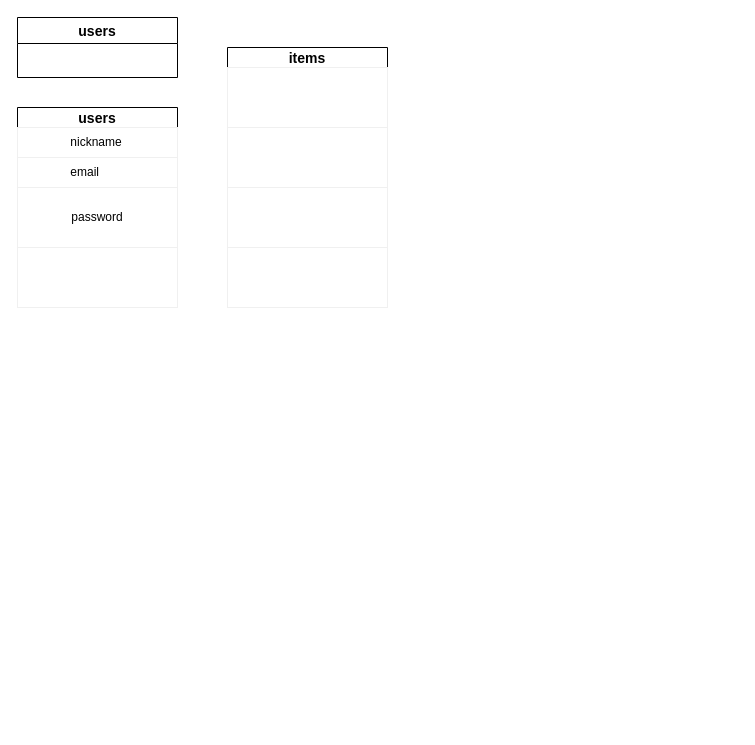
Above: test.dio in tubuyakisyun/furima-35933 (draw.io), before the change. Source tidied: cells renumbered, new cells numbered last; positions are measured from the earlier drawing's top-left corner, leaving out a move shared by most shapes. Both pictures are drawn from the tidied source at 100%, with x=0, y=0 at pixel (17, 17).
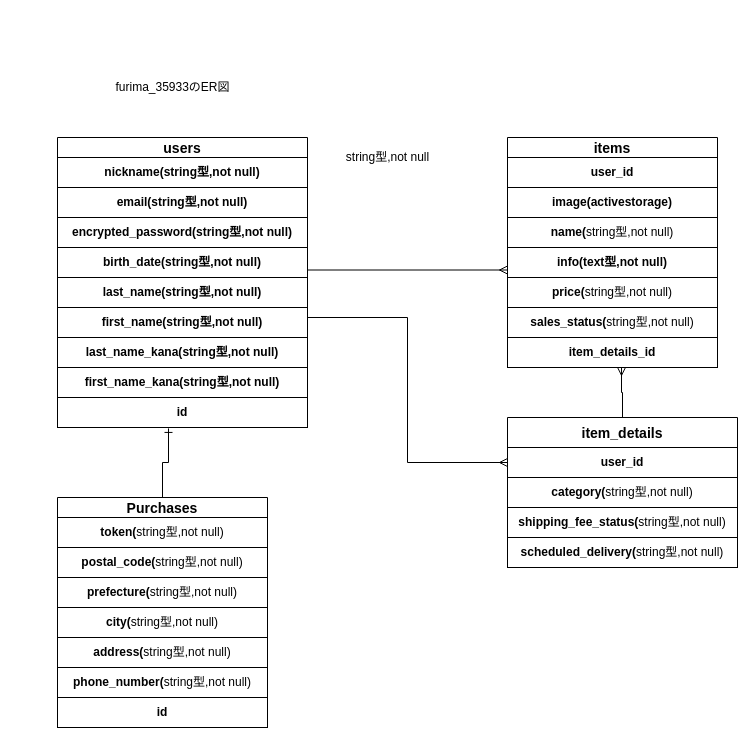
After the change.

Commit message (it also covers changes not shown here):
ER図を書く。 - READMEにデータベース設計を記述する

The edit, as a diff of the source:
```diff
@@
-    <mxCell id="2" value="users" style="swimlane;fontStyle=1;horizontal=1;startSize=26;align=center;fontSize=14;rounded=0;direction=east;" parent="1" vertex="1">
-      <mxGeometry width="160" height="60" as="geometry" />
-    </mxCell>
+    <mxCell id="8" value="users" style="swimlane;fontStyle=1;horizontal=1;startSize=20;align=center;fontSize=14;rounded=0;direction=east;" parent="1" vertex="1">
+      <mxGeometry x="40" y="120" width="250" height="200" as="geometry" />
+    </mxCell>
+    <mxCell id="13" value="nickname(string型,not null)" style="whiteSpace=wrap;html=1;rounded=0;shadow=0;align=center;fontStyle=1;" parent="8" vertex="1">
+      <mxGeometry y="20" width="250" height="30" as="geometry" />
+    </mxCell>
+    <mxCell id="14" value="email(string型,not null)" style="whiteSpace=wrap;html=1;rounded=0;shadow=0;align=center;fontStyle=1;" parent="8" vertex="1">
+      <mxGeometry y="50" width="250" height="30" as="geometry" />
+    </mxCell>
+    <mxCell id="15" value="encrypted_password(string型,not null)" style="whiteSpace=wrap;html=1;rounded=0;shadow=0;align=center;fontStyle=1;" parent="8" vertex="1">
+      <mxGeometry y="80" width="250" height="30" as="geometry" />
+    </mxCell>
+    <mxCell id="16" value="birth_date(&lt;span style=&quot;&quot;&gt;string型,not null&lt;/span&gt;)" style="whiteSpace=wrap;html=1;rounded=0;shadow=0;align=center;fontStyle=1;" parent="8" vertex="1">
+      <mxGeometry y="110" width="250" height="30" as="geometry" />
+    </mxCell>
+    <mxCell id="17" value="last_name(&lt;span style=&quot;&quot;&gt;string型,not null&lt;/span&gt;)" style="whiteSpace=wrap;html=1;rounded=0;shadow=0;align=center;fontStyle=1;" parent="8" vertex="1">
+      <mxGeometry y="140" width="250" height="30" as="geometry" />
+    </mxCell>
+    <mxCell id="18" value="first_name(&lt;span style=&quot;&quot;&gt;string型,not null)&lt;/span&gt;" style="whiteSpace=wrap;html=1;rounded=0;shadow=0;align=center;fontStyle=1;" parent="8" vertex="1">
+      <mxGeometry y="170" width="250" height="30" as="geometry" />
+    </mxCell>
+    <mxCell id="19" style="edgeStyle=orthogonalEdgeStyle;rounded=0;jettySize=auto;html=1;exitX=0.5;exitY=1;exitDx=0;exitDy=0;endArrow=ERone;endFill=0;fontStyle=1;" parent="1" edge="1" source="20">
+      <mxGeometry relative="1" as="geometry">
+        <mxPoint x="145" y="410" as="targetPoint" />
+      </mxGeometry>
+    </mxCell>
+    <mxCell id="20" value="first_name_kana(&lt;span style=&quot;&quot;&gt;string型,not null)&lt;/span&gt;" style="whiteSpace=wrap;html=1;rounded=0;shadow=0;align=center;fontStyle=1;" parent="1" vertex="1">
+      <mxGeometry x="40" y="350" width="250" height="30" as="geometry" />
+    </mxCell>
+    <mxCell id="21" style="edgeStyle=orthogonalEdgeStyle;rounded=0;jettySize=auto;html=1;exitX=1;exitY=0;exitDx=0;exitDy=0;entryX=0;entryY=0.75;entryDx=0;entryDy=0;endArrow=ERmany;endFill=0;" parent="1" edge="1" source="22" target="35">
+      <mxGeometry relative="1" as="geometry" />
+    </mxCell>
+    <mxCell id="22" value="last_name_kana(&lt;span style=&quot;&quot;&gt;string型,not null)&lt;/span&gt;" style="whiteSpace=wrap;html=1;rounded=0;shadow=0;align=center;fontStyle=1;" parent="1" vertex="1">
+      <mxGeometry x="40" y="320" width="250" height="30" as="geometry" />
+    </mxCell>
+    <mxCell id="23" style="edgeStyle=orthogonalEdgeStyle;rounded=0;jettySize=auto;html=1;entryX=0.444;entryY=1.031;entryDx=0;entryDy=0;entryPerimeter=0;endArrow=ERone;endFill=0;" parent="1" edge="1" source="24" target="40">
+      <mxGeometry relative="1" as="geometry" />
+    </mxCell>
+    <mxCell id="24" value="Purchases" style="swimlane;fontStyle=1;horizontal=1;startSize=20;align=center;fontSize=14;rounded=0;direction=east;" parent="1" vertex="1">
+      <mxGeometry x="40" y="480" width="210" height="230" as="geometry" />
+    </mxCell>
+    <mxCell id="25" value="token(&lt;span style=&quot;font-weight: 400&quot;&gt;string型,not null)&lt;/span&gt;" style="whiteSpace=wrap;html=1;rounded=0;shadow=0;align=center;fontStyle=1;" parent="24" vertex="1">
+      <mxGeometry y="20" width="210" height="30" as="geometry" />
+    </mxCell>
+    <mxCell id="26" value="postal_code(&lt;span style=&quot;font-weight: 400&quot;&gt;string型,not null)&lt;/span&gt;" style="whiteSpace=wrap;html=1;rounded=0;shadow=0;align=center;fontStyle=1;" parent="24" vertex="1">
+      <mxGeometry y="50" width="210" height="30" as="geometry" />
+    </mxCell>
+    <mxCell id="27" value="prefecture(&lt;span style=&quot;font-weight: 400&quot;&gt;string型,not null)&lt;/span&gt;" style="whiteSpace=wrap;html=1;rounded=0;shadow=0;align=center;fontStyle=1;" parent="24" vertex="1">
+      <mxGeometry y="80" width="210" height="30" as="geometry" />
+    </mxCell>
+    <mxCell id="28" value="city(&lt;span style=&quot;font-weight: 400&quot;&gt;string型,not null)&lt;/span&gt;" style="whiteSpace=wrap;html=1;rounded=0;shadow=0;align=center;fontStyle=1;" parent="24" vertex="1">
+      <mxGeometry y="110" width="210" height="30" as="geometry" />
+    </mxCell>
+    <mxCell id="29" value="address(&lt;span style=&quot;font-weight: 400&quot;&gt;string型,not null)&lt;/span&gt;" style="whiteSpace=wrap;html=1;rounded=0;shadow=0;align=center;fontStyle=1;" parent="24" vertex="1">
+      <mxGeometry y="140" width="210" height="30" as="geometry" />
+    </mxCell>
+    <mxCell id="30" value="phone_number(&lt;span style=&quot;font-weight: 400&quot;&gt;string型,not null)&lt;/span&gt;" style="whiteSpace=wrap;html=1;rounded=0;shadow=0;align=center;fontStyle=1;" parent="24" vertex="1">
+      <mxGeometry y="170" width="210" height="30" as="geometry" />
+    </mxCell>
+    <mxCell id="31" value="id" style="whiteSpace=wrap;html=1;rounded=0;shadow=0;align=center;fontStyle=1;" parent="24" vertex="1">
+      <mxGeometry y="200" width="210" height="30" as="geometry" />
+    </mxCell>
     <mxCell id="3" value="items" style="swimlane;fontStyle=1;horizontal=1;startSize=20;align=center;fontSize=14;rounded=0;direction=east;" parent="1" vertex="1">
-      <mxGeometry x="210" y="30" width="160" height="260" as="geometry" />
+      <mxGeometry x="490" y="120" width="210" height="50" as="geometry" />
     </mxCell>
-    <mxCell id="4" style="whiteSpace=wrap;html=1;rounded=0;shadow=0;strokeColor=#f0f0f0;align=center;" parent="3" vertex="1">
-      <mxGeometry y="20" width="160" height="60" as="geometry" />
-    </mxCell>
-    <mxCell id="5" style="whiteSpace=wrap;html=1;rounded=0;shadow=0;strokeColor=#f0f0f0;align=center;" parent="3" vertex="1">
-      <mxGeometry y="80" width="160" height="60" as="geometry" />
-    </mxCell>
-    <mxCell id="6" style="whiteSpace=wrap;html=1;rounded=0;shadow=0;strokeColor=#f0f0f0;align=center;" parent="3" vertex="1">
-      <mxGeometry y="140" width="160" height="60" as="geometry" />
-    </mxCell>
-    <mxCell id="7" style="whiteSpace=wrap;html=1;rounded=0;shadow=0;strokeColor=#f0f0f0;align=center;" parent="3" vertex="1">
-      <mxGeometry y="200" width="160" height="60" as="geometry" />
-    </mxCell>
-    <mxCell id="8" value="users" style="swimlane;fontStyle=1;horizontal=1;startSize=20;align=center;fontSize=14;rounded=0;direction=east;" parent="1" vertex="1">
-      <mxGeometry y="90" width="160" height="200" as="geometry" />
-    </mxCell>
-    <mxCell id="9" value="nickname&lt;span style=&quot;white-space: pre&quot;&gt;&#9;&lt;/span&gt;" style="whiteSpace=wrap;html=1;rounded=0;shadow=0;strokeColor=#f0f0f0;align=center;" parent="8" vertex="1">
-      <mxGeometry y="20" width="160" height="30" as="geometry" />
-    </mxCell>
-    <mxCell id="10" value="email&lt;span style=&quot;white-space: pre&quot;&gt;&#9;&lt;/span&gt;" style="whiteSpace=wrap;html=1;rounded=0;shadow=0;strokeColor=#f0f0f0;align=center;" parent="8" vertex="1">
-      <mxGeometry y="50" width="160" height="30" as="geometry" />
-    </mxCell>
-    <mxCell id="11" value="password" style="whiteSpace=wrap;html=1;rounded=0;shadow=0;strokeColor=#f0f0f0;align=center;" parent="8" vertex="1">
-      <mxGeometry y="80" width="160" height="60" as="geometry" />
-    </mxCell>
-    <mxCell id="12" style="whiteSpace=wrap;html=1;rounded=0;shadow=0;strokeColor=#f0f0f0;align=center;" parent="8" vertex="1">
-      <mxGeometry y="140" width="160" height="60" as="geometry" />
-    </mxCell>
+    <mxCell id="32" value="user_id" style="whiteSpace=wrap;html=1;rounded=0;shadow=0;align=center;fontStyle=1;" parent="3" vertex="1">
+      <mxGeometry y="20" width="210" height="30" as="geometry" />
+    </mxCell>
+    <mxCell id="33" value="shipping_fee_status(&lt;span style=&quot;font-weight: 400&quot;&gt;string型,not null)&lt;/span&gt;" style="whiteSpace=wrap;html=1;rounded=0;shadow=0;align=center;fontStyle=1;" parent="1" vertex="1">
+      <mxGeometry x="490" y="490" width="230" height="30" as="geometry" />
+    </mxCell>
+    <mxCell id="34" style="edgeStyle=orthogonalEdgeStyle;rounded=0;jettySize=auto;html=1;exitX=0.5;exitY=0;exitDx=0;exitDy=0;entryX=0.543;entryY=0.995;entryDx=0;entryDy=0;entryPerimeter=0;endArrow=ERmany;endFill=0;" parent="1" edge="1" source="35" target="46">
+      <mxGeometry relative="1" as="geometry" />
+    </mxCell>
+    <mxCell id="35" value="item_details" style="swimlane;fontStyle=1;horizontal=1;startSize=30;align=center;fontSize=14;rounded=0;direction=east;" parent="1" vertex="1">
+      <mxGeometry x="490" y="400" width="230" height="60" as="geometry" />
+    </mxCell>
+    <mxCell id="36" value="user_id" style="whiteSpace=wrap;html=1;rounded=0;shadow=0;align=center;fontStyle=1;" parent="35" vertex="1">
+      <mxGeometry y="30" width="230" height="30" as="geometry" />
+    </mxCell>
+    <mxCell id="37" style="edgeStyle=orthogonalEdgeStyle;rounded=0;jettySize=auto;html=1;exitX=1;exitY=1;exitDx=0;exitDy=0;entryX=0;entryY=0.75;entryDx=0;entryDy=0;endArrow=ERmany;endFill=0;" parent="1" edge="1" source="14" target="43">
+      <mxGeometry relative="1" as="geometry" />
+    </mxCell>
+    <mxCell id="38" value="furima_35933のER図" style="text;html=1;align=center;verticalAlign=middle;strokeColor=none;" parent="1" vertex="1">
+      <mxGeometry x="90" y="60" width="130" height="20" as="geometry" />
+    </mxCell>
+    <mxCell id="39" value="string型,not null" style="text;html=1;align=center;verticalAlign=middle;strokeColor=none;" parent="1" vertex="1">
+      <mxGeometry x="320" y="130" width="100" height="20" as="geometry" />
+    </mxCell>
+    <mxCell id="40" value="id" style="whiteSpace=wrap;html=1;rounded=0;shadow=0;align=center;fontStyle=1;" parent="1" vertex="1">
+      <mxGeometry x="40" y="380" width="250" height="30" as="geometry" />
+    </mxCell>
+    <mxCell id="41" value="sales_status(&lt;span style=&quot;font-weight: 400&quot;&gt;string型,not null)&lt;/span&gt;" style="whiteSpace=wrap;html=1;rounded=0;shadow=0;align=center;fontStyle=1;" parent="1" vertex="1">
+      <mxGeometry x="490" y="290" width="210" height="30" as="geometry" />
+    </mxCell>
+    <mxCell id="42" value="price(&lt;span style=&quot;font-weight: 400&quot;&gt;string型,not null)&lt;/span&gt;" style="whiteSpace=wrap;html=1;rounded=0;shadow=0;align=center;fontStyle=1;" parent="1" vertex="1">
+      <mxGeometry x="490" y="260" width="210" height="30" as="geometry" />
+    </mxCell>
+    <mxCell id="43" value="info(text型,not null)" style="whiteSpace=wrap;html=1;rounded=0;shadow=0;align=center;fontStyle=1;" parent="1" vertex="1">
+      <mxGeometry x="490" y="230" width="210" height="30" as="geometry" />
+    </mxCell>
+    <mxCell id="44" value="name(&lt;span style=&quot;font-weight: 400&quot;&gt;string型,not null)&lt;/span&gt;" style="whiteSpace=wrap;html=1;rounded=0;shadow=0;align=center;fontStyle=1;" parent="1" vertex="1">
+      <mxGeometry x="490" y="200" width="210" height="30" as="geometry" />
+    </mxCell>
+    <mxCell id="45" value="image(activestorage)" style="whiteSpace=wrap;html=1;rounded=0;shadow=0;align=center;fontStyle=1;" parent="1" vertex="1">
+      <mxGeometry x="490" y="170" width="210" height="30" as="geometry" />
+    </mxCell>
+    <mxCell id="46" value="item_details_id" style="whiteSpace=wrap;html=1;rounded=0;shadow=0;align=center;fontStyle=1;" parent="1" vertex="1">
+      <mxGeometry x="490" y="320" width="210" height="30" as="geometry" />
+    </mxCell>
+    <mxCell id="47" value="scheduled_delivery(&lt;span style=&quot;font-weight: 400&quot;&gt;string型,not null)&lt;/span&gt;" style="whiteSpace=wrap;html=1;rounded=0;shadow=0;align=center;fontStyle=1;" parent="1" vertex="1">
+      <mxGeometry x="490" y="520" width="230" height="30" as="geometry" />
+    </mxCell>
+    <mxCell id="48" value="category(&lt;span style=&quot;font-weight: 400&quot;&gt;string型,not null)&lt;/span&gt;" style="whiteSpace=wrap;html=1;rounded=0;shadow=0;align=center;fontStyle=1;" parent="1" vertex="1">
+      <mxGeometry x="490" y="460" width="230" height="30" as="geometry" />
+    </mxCell>
```
